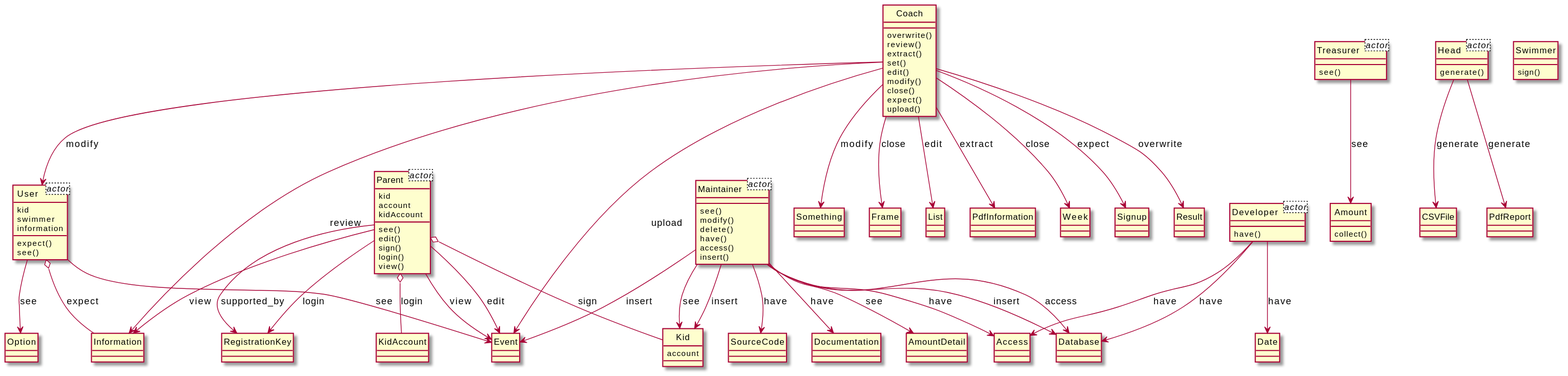
The PlantUML diagram output/diagram_5/2017-USC-Project03.svg in xixixhalu/DomainModelExtractor, before a commit.
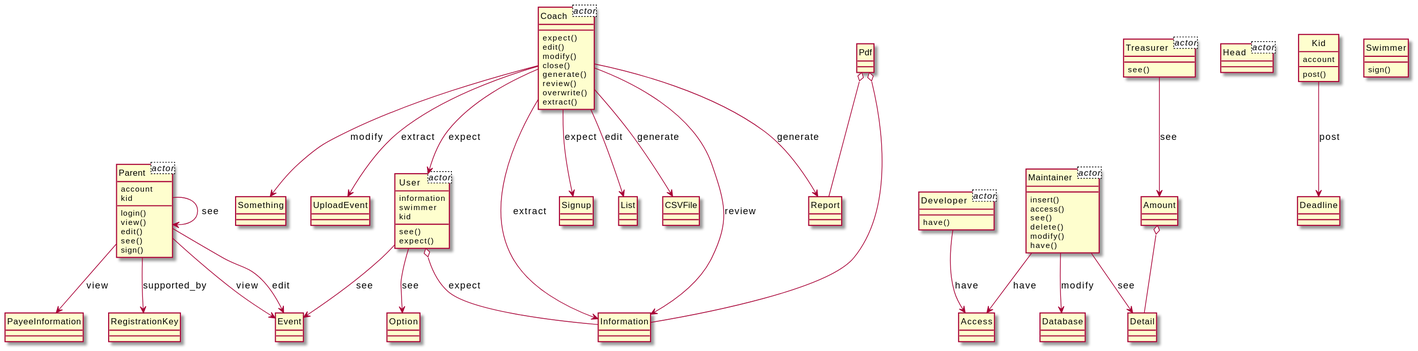
After the change.

Change to the diagram source:
```diff
@@ -1,16 +1,17 @@
 @startuml
 hide circle
 class User<actor> {
+	information
+	swimmer
 	kid
-	swimmer
-	information
+}
+class Coach<actor> {
 }
 class Developer<actor> {
 }
 class Parent<actor> {
+	account
 	kid
-	account
-	kidAccount
 }
 class Treasurer<actor> {
 }
@@ -20,125 +21,104 @@
 }
 class Kid {
 	account
+	post()
+}
+class Detail {
+}
+class Pdf {
+}
+class Report {
+}
+class Coach {
+	expect()
+	edit()
+	modify()
+	close()
+	generate()
+	review()
+	overwrite()
+	extract()
 }
 class Treasurer {
 	see()
 }
+class Maintainer {
+	insert()
+	access()
+	see()
+	delete()
+	modify()
+	have()
+}
+class Something {
+}
+class Parent {
+	login()
+	view()
+	edit()
+	see()
+	sign()
+}
+class Event {
+}
+class UploadEvent {
+}
 class User {
+	see()
 	expect()
-	see()
+}
+class Option {
 }
 class Information {
 }
-class Parent {
-	see()
-	edit()
-	sign()
-	login()
-	view()
+class Signup {
 }
-class Event {
+class List {
 }
-class Coach {
-	overwrite()
-	review()
-	extract()
-	set()
-	edit()
-	modify()
-	close()
-	expect()
-	upload()
+class Deadline {
 }
-class Maintainer {
-	see()
-	modify()
-	delete()
-	have()
-	access()
-	insert()
-}
-class Database {
+class PayeeInformation {
 }
 class Amount {
-	collect()
+}
+class Access {
+}
+class CSVFile {
+}
+class Swimmer {
+	sign()
 }
 class Developer {
 	have()
 }
-class Date {
-}
-class Access {
-}
-class Something {
-}
-class Frame {
-}
-class Swimmer {
-	sign()
-}
-class Head {
-	generate()
-}
-class CSVFile {
-}
-class List {
-}
-class PdfInformation {
-}
-class Week {
-}
-class SourceCode {
-}
-class Documentation {
+class Database {
 }
 class RegistrationKey {
 }
-class PdfReport {
-}
-class AmountDetail {
-}
-class KidAccount {
-}
-class Signup {
-}
-class Option {
-}
-class Result {
-}
+Coach --> Something : modify
+Coach --> Information : extract
+Coach --> Report : generate
+Parent --> Event : view
+Parent --> PayeeInformation : view
+Maintainer --> Detail : see
+Treasurer --> Amount : see
+Parent --> Parent : see
+User --> Event : see
+Coach --> UploadEvent : extract
+Maintainer --> Access : have
+User --> Option : see
+Coach --> CSVFile : generate
+User o-- Information : expect
 Parent --> Event : edit
-Parent --> RegistrationKey : login
-Coach --> Event : upload
-Head --> PdfReport : generate
-Maintainer --> Access : have
+Developer --> Access : have
+Pdf o-- Report
+Coach --> User : expect
+Coach --> Signup : expect
+Coach --> Information : review
+Maintainer --> Database : modify
+Kid --> Deadline : post
+Amount o-- Detail
 Parent --> RegistrationKey : supported_by
-Head --> CSVFile : generate
-Maintainer --> Database : insert
-Maintainer --> AmountDetail : see
-Developer --> Database : have
-Parent o-- KidAccount : login
-Coach --> Information : review
-Treasurer --> Amount : see
-Developer --> Date : have
-Coach --> Signup : expect
 Coach --> List : edit
-Parent o-- Kid : sign
-Maintainer --> Kid : insert
-Maintainer --> Kid : see
-User --> Option : see
-Coach --> PdfInformation : extract
-Coach --> User : modify
-Parent --> Event : view
-Coach --> Result : overwrite
-Developer --> Access : have
-Coach --> Week : close
-User --> Event : see
-Maintainer --> SourceCode : have
-Coach --> Something : modify
-User o-- Information : expect
-Parent --> Information : view
-Maintainer --> Documentation : have
-Coach --> Frame : close
-Maintainer --> Event : insert
-Maintainer --> Database : access
+Pdf o-- Information
 @enduml
```
